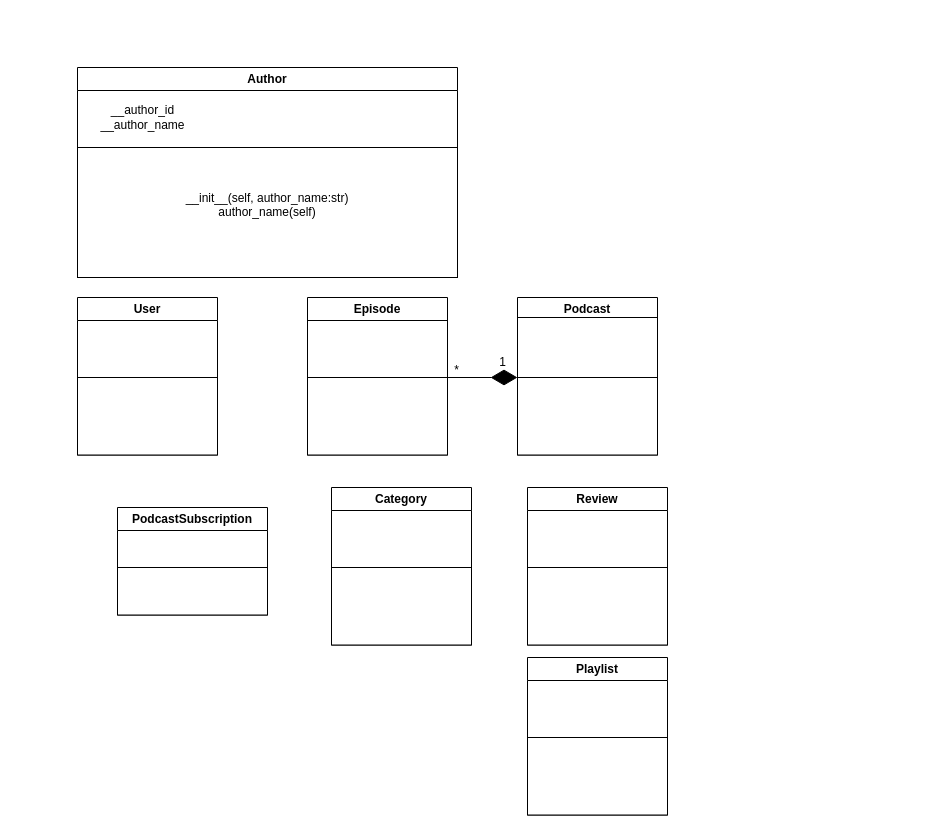
Earlier version of the draw.io diagram 235 Class Diagram.drawio (zlrkw11/CS-235). Source tidied: cells renumbered, new cells numbered last; positions are measured from the earlier drawing's top-left corner, leaving out a move shared by most shapes. Both pictures are drawn from the tidied source at 100%, with x=0, y=0 at pixel (77, 67).
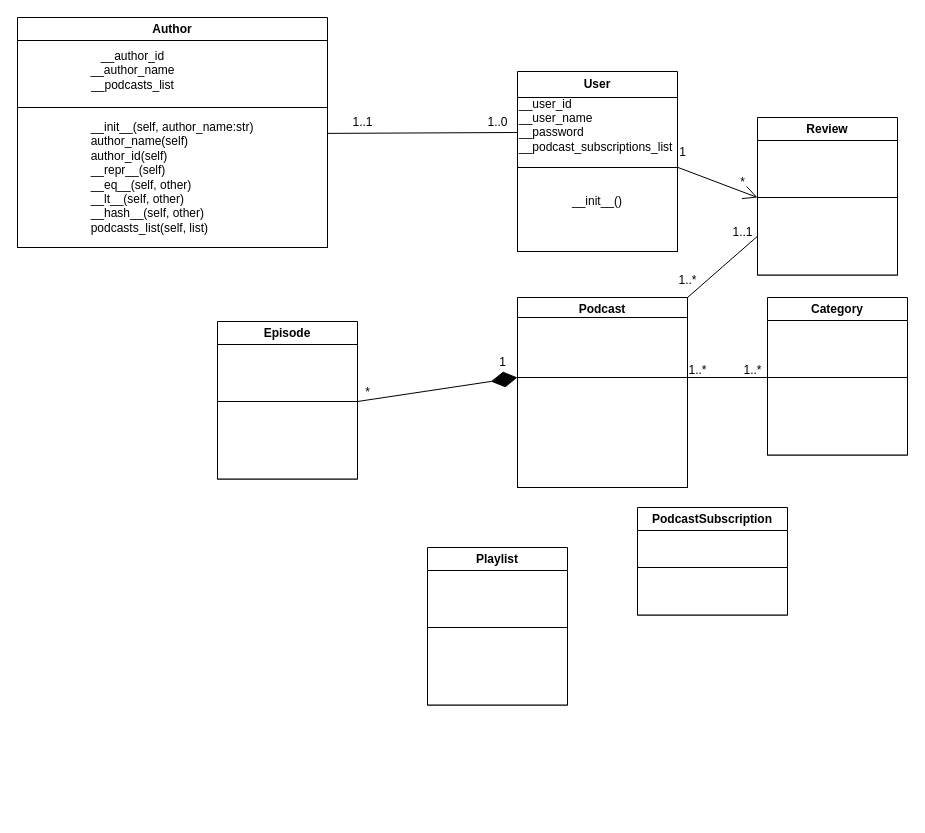
The same diagram, later.

The change refers to these unchanged cells:
```xml
<mxCell id="10" style="rounded=0;whiteSpace=wrap;html=1;" parent="8" vertex="1">
  <mxGeometry y="23" width="140" height="57" as="geometry" />
</mxCell>
<mxCell id="16" style="rounded=0;whiteSpace=wrap;html=1;" parent="15" vertex="1">
  <mxGeometry y="80" width="140" height="77.5" as="geometry" />
</mxCell>
<mxCell id="18" style="rounded=0;whiteSpace=wrap;html=1;" parent="17" vertex="1">
  <mxGeometry y="80" width="140" height="77.5" as="geometry" />
</mxCell>
```

Change to the diagram source:
```diff
@@
     <mxCell id="2" value="Author" style="swimlane;whiteSpace=wrap;html=1;" parent="1" vertex="1">
-      <mxGeometry width="380" height="210" as="geometry" />
+      <mxGeometry x="-60" y="-50" width="310" height="230" as="geometry" />
     </mxCell>
-    <mxCell id="3" value="__init__(self, author_name:str)&lt;div&gt;&lt;span style=&quot;background-color: initial;&quot;&gt;author_name(self)&lt;/span&gt;&lt;div&gt;&lt;br&gt;&lt;/div&gt;&lt;/div&gt;" style="rounded=0;whiteSpace=wrap;html=1;" parent="2" vertex="1">
-      <mxGeometry y="80" width="380" height="130" as="geometry" />
+    <mxCell id="3" value="&lt;div&gt;&lt;br&gt;&lt;/div&gt;&lt;div&gt;&lt;br&gt;&lt;/div&gt;&lt;div style=&quot;text-align: left;&quot;&gt;&lt;span style=&quot;background-color: initial;&quot;&gt;__init__(self, author_name:str)&lt;/span&gt;&lt;/div&gt;&lt;div&gt;&lt;div style=&quot;text-align: left;&quot;&gt;&lt;span style=&quot;background-color: initial;&quot;&gt;author_name(self)&lt;/span&gt;&lt;/div&gt;&lt;div style=&quot;text-align: left;&quot;&gt;&lt;span style=&quot;background-color: initial;&quot;&gt;author_id(self)&lt;/span&gt;&lt;/div&gt;&lt;div style=&quot;text-align: left;&quot;&gt;&lt;span style=&quot;background-color: initial;&quot;&gt;__repr__(self)&lt;/span&gt;&lt;/div&gt;&lt;div style=&quot;text-align: left;&quot;&gt;__eq__(self, other)&lt;/div&gt;&lt;div style=&quot;text-align: left;&quot;&gt;__lt__(self, other)&lt;/div&gt;&lt;div style=&quot;text-align: left;&quot;&gt;__hash__(self, other)&lt;/div&gt;&lt;div style=&quot;text-align: left;&quot;&gt;&lt;span style=&quot;background-color: initial;&quot;&gt;podcasts_list(self, list)&lt;/span&gt;&lt;/div&gt;&lt;div&gt;&lt;div style=&quot;text-align: left;&quot;&gt;&lt;br&gt;&lt;/div&gt;&lt;/div&gt;&lt;div&gt;&lt;br&gt;&lt;/div&gt;&lt;/div&gt;" style="rounded=0;whiteSpace=wrap;html=1;" parent="2" vertex="1">
+      <mxGeometry y="90" width="310" height="140" as="geometry" />
     </mxCell>
+    <mxCell id="24" style="whiteSpace=wrap;html=1;" parent="2" vertex="1">
+      <mxGeometry y="23" width="310" height="67" as="geometry" />
+    </mxCell>
-    <mxCell id="4" value="__author_id&lt;div&gt;__author_name&lt;/div&gt;" style="text;html=1;align=center;verticalAlign=middle;strokeColor=none;fillColor=none;" parent="2" vertex="1">
-      <mxGeometry x="10" y="30" width="110" height="40" as="geometry" />
+    <mxCell id="4" value="__author_id&lt;div&gt;__author_name&lt;/div&gt;&lt;div&gt;__podcasts_list&lt;/div&gt;" style="text;html=1;align=center;verticalAlign=middle;strokeColor=none;fillColor=none;" parent="2" vertex="1">
+      <mxGeometry x="60" y="23" width="110" height="60" as="geometry" />
     </mxCell>
     <mxCell id="5" value="Podcast" style="swimlane;whiteSpace=wrap;html=1;" parent="1" vertex="1">
-      <mxGeometry x="440" y="230" width="140" height="157.5" as="geometry" />
+      <mxGeometry x="440" y="230" width="170" height="190" as="geometry" />
     </mxCell>
     <mxCell id="6" style="rounded=0;whiteSpace=wrap;html=1;" parent="5" vertex="1">
-      <mxGeometry y="80" width="140" height="77.5" as="geometry" />
+      <mxGeometry y="80" width="170" height="110" as="geometry" />
     </mxCell>
     <mxCell id="7" style="rounded=0;whiteSpace=wrap;html=1;" parent="5" vertex="1">
-      <mxGeometry y="20" width="140" height="60" as="geometry" />
+      <mxGeometry y="20" width="170" height="60" as="geometry" />
     </mxCell>
     <mxCell id="8" value="Episode" style="swimlane;whiteSpace=wrap;html=1;" parent="1" vertex="1">
-      <mxGeometry x="230" y="230" width="140" height="157.5" as="geometry" />
+      <mxGeometry x="140" y="254" width="140" height="157.5" as="geometry" />
     </mxCell>
@@
-    <mxCell id="11" value="User" style="swimlane;whiteSpace=wrap;html=1;" parent="1" vertex="1">
-      <mxGeometry y="230" width="140" height="157.5" as="geometry" />
+    <mxCell id="11" value="User" style="swimlane;whiteSpace=wrap;html=1;startSize=26;" parent="1" vertex="1">
+      <mxGeometry x="440" y="4" width="160" height="180" as="geometry" />
     </mxCell>
-    <mxCell id="12" style="rounded=0;whiteSpace=wrap;html=1;" parent="11" vertex="1">
-      <mxGeometry y="80" width="140" height="77.5" as="geometry" />
+    <mxCell id="12" value="__init__()" style="rounded=0;whiteSpace=wrap;html=1;" parent="11" vertex="1">
+      <mxGeometry y="80" width="160" height="100" as="geometry" />
     </mxCell>
+    <mxCell id="25" value="__user_id&lt;div&gt;__user_name&lt;/div&gt;&lt;div&gt;__password&lt;/div&gt;&lt;div&gt;__podcast_subscriptions_list&lt;/div&gt;&lt;div&gt;&lt;br&gt;&lt;/div&gt;" style="rounded=0;whiteSpace=wrap;html=1;align=left;" parent="11" vertex="1">
+      <mxGeometry y="26" width="160" height="70" as="geometry" />
+    </mxCell>
     <mxCell id="13" value="PodcastSubscription" style="swimlane;whiteSpace=wrap;html=1;" parent="1" vertex="1">
-      <mxGeometry x="40" y="440" width="150" height="107.5" as="geometry" />
+      <mxGeometry x="560" y="440" width="150" height="107.5" as="geometry" />
     </mxCell>
@@
     <mxCell id="15" value="Category" style="swimlane;whiteSpace=wrap;html=1;" parent="1" vertex="1">
-      <mxGeometry x="254" y="420" width="140" height="157.5" as="geometry" />
+      <mxGeometry x="690" y="230" width="140" height="157.5" as="geometry" />
     </mxCell>
@@
     <mxCell id="17" value="Review" style="swimlane;whiteSpace=wrap;html=1;" parent="1" vertex="1">
-      <mxGeometry x="450" y="420" width="140" height="157.5" as="geometry" />
+      <mxGeometry x="680" y="50" width="140" height="157.5" as="geometry" />
     </mxCell>
@@
+    <mxCell id="26" style="rounded=0;whiteSpace=wrap;html=1;" parent="17" vertex="1">
+      <mxGeometry y="23" width="140" height="57" as="geometry" />
+    </mxCell>
     <mxCell id="19" value="Playlist" style="swimlane;whiteSpace=wrap;html=1;" parent="1" vertex="1">
-      <mxGeometry x="450" y="590" width="140" height="157.5" as="geometry" />
+      <mxGeometry x="350" y="480" width="140" height="157.5" as="geometry" />
     </mxCell>
@@
-    <mxCell id="21" style="endArrow=diamondThin;endFill=1;endSize=24;html=1;rounded=0;entryX=0;entryY=0;entryDx=0;entryDy=0;" parent="1" edge="1" target="6">
-      <mxGeometry relative="1" as="geometry">
-        <mxPoint x="370" y="310" as="sourcePoint" />
-      </mxGeometry>
+    <mxCell id="21" style="endArrow=diamondThin;endFill=1;endSize=24;html=1;rounded=0;entryX=0;entryY=0;entryDx=0;entryDy=0;exitX=1;exitY=1;exitDx=0;exitDy=0;" parent="1" edge="1" source="10" target="6">
+      <mxGeometry relative="1" as="geometry" />
     </mxCell>
     <mxCell id="22" value="*" style="text;html=1;align=center;verticalAlign=middle;strokeColor=none;fillColor=none;" parent="1" vertex="1">
-      <mxGeometry x="364" y="288" width="30" height="30" as="geometry" />
+      <mxGeometry x="275" y="310" width="30" height="30" as="geometry" />
     </mxCell>
@@
+    <mxCell id="27" style="endArrow=open;endFill=1;endSize=12;html=1;rounded=0;entryX=0;entryY=1;entryDx=0;entryDy=0;exitX=1.002;exitY=0.159;exitDx=0;exitDy=0;exitPerimeter=0;" parent="1" edge="1" source="12" target="26">
+      <mxGeometry relative="1" as="geometry" />
+    </mxCell>
+    <mxCell id="28" value="1" style="text;html=1;align=center;verticalAlign=middle;strokeColor=none;fillColor=none;" parent="1" vertex="1">
+      <mxGeometry x="590" y="70" width="30" height="30" as="geometry" />
+    </mxCell>
+    <mxCell id="29" value="*" style="text;html=1;align=center;verticalAlign=middle;strokeColor=none;fillColor=none;" parent="1" vertex="1">
+      <mxGeometry x="650" y="100" width="30" height="30" as="geometry" />
+    </mxCell>
+    <mxCell id="30" style="endArrow=none;html=1;rounded=0;entryX=0;entryY=0.5;entryDx=0;entryDy=0;exitX=0.999;exitY=0.185;exitDx=0;exitDy=0;exitPerimeter=0;" parent="1" edge="1" source="3" target="25">
+      <mxGeometry relative="1" as="geometry" />
+    </mxCell>
+    <mxCell id="31" value="1..1" style="text;html=1;align=center;verticalAlign=middle;strokeColor=none;fillColor=none;" parent="1" vertex="1">
+      <mxGeometry x="265" y="40" width="40" height="30" as="geometry" />
+    </mxCell>
+    <mxCell id="32" value="1..0" style="text;html=1;align=center;verticalAlign=middle;strokeColor=none;fillColor=none;" parent="1" vertex="1">
+      <mxGeometry x="400" y="40" width="40" height="30" as="geometry" />
+    </mxCell>
+    <mxCell id="33" style="endArrow=none;html=1;rounded=0;entryX=0;entryY=0;entryDx=0;entryDy=0;exitX=1;exitY=0;exitDx=0;exitDy=0;" parent="1" edge="1" source="6" target="16">
+      <mxGeometry relative="1" as="geometry" />
+    </mxCell>
+    <mxCell id="34" value="1..*" style="text;html=1;align=center;verticalAlign=middle;strokeColor=none;fillColor=none;" parent="1" vertex="1">
+      <mxGeometry x="655" y="288" width="40" height="30" as="geometry" />
+    </mxCell>
+    <mxCell id="35" value="1..*" style="text;html=1;align=center;verticalAlign=middle;strokeColor=none;fillColor=none;" parent="1" vertex="1">
+      <mxGeometry x="600" y="288" width="40" height="30" as="geometry" />
+    </mxCell>
+    <mxCell id="36" style="endArrow=none;html=1;rounded=0;exitX=1;exitY=0;exitDx=0;exitDy=0;entryX=0;entryY=0.5;entryDx=0;entryDy=0;" parent="1" edge="1" source="5" target="18">
+      <mxGeometry relative="1" as="geometry" />
+    </mxCell>
+    <mxCell id="37" value="1..*" style="text;html=1;align=center;verticalAlign=middle;strokeColor=none;fillColor=none;" parent="1" vertex="1">
+      <mxGeometry x="590" y="198" width="40" height="30" as="geometry" />
+    </mxCell>
+    <mxCell id="38" value="1..1" style="text;html=1;align=center;verticalAlign=middle;strokeColor=none;fillColor=none;" parent="1" vertex="1">
+      <mxGeometry x="645" y="150" width="40" height="30" as="geometry" />
+    </mxCell>
```
